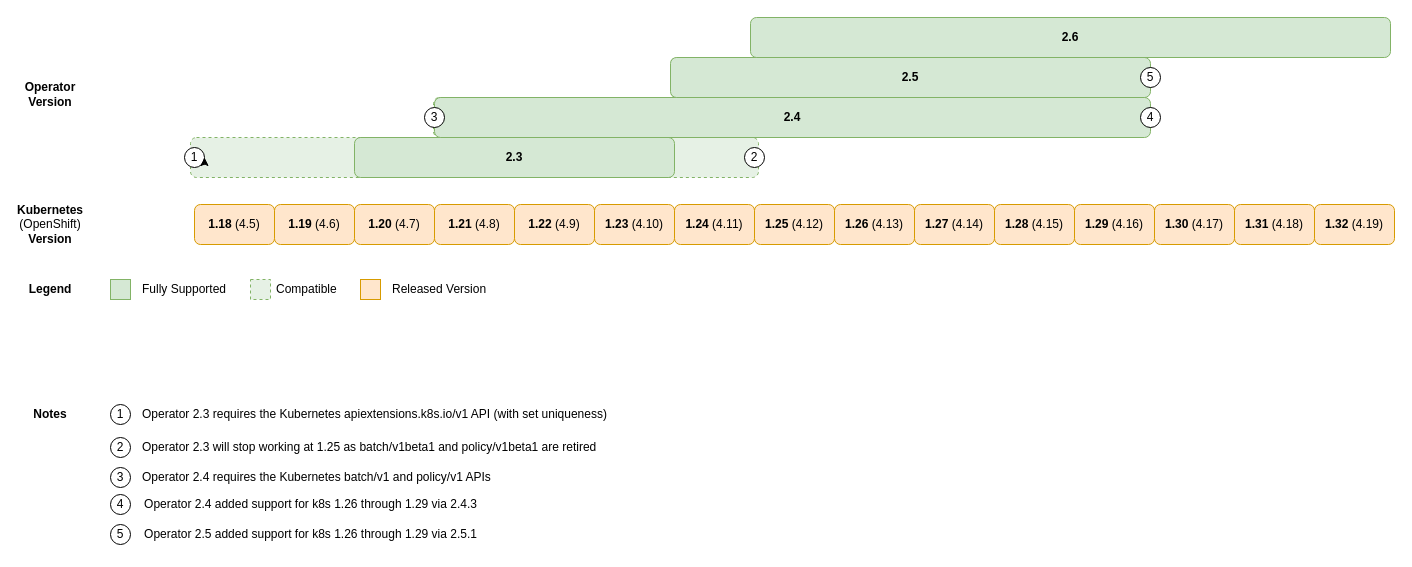
couchbase/docs-operator keeps this draw.io diagram as page "Compat Kuberentes" (1 of 3) of drawio-charts/k8s-compat.drawio. Above is the earlier version. Source tidied: cells renumbered, new cells numbered last; positions are measured from the earlier drawing's top-left corner, leaving out a move shared by most shapes. Both pictures are drawn from the tidied source at 100%, with x=0, y=0 at pixel (20, 17).
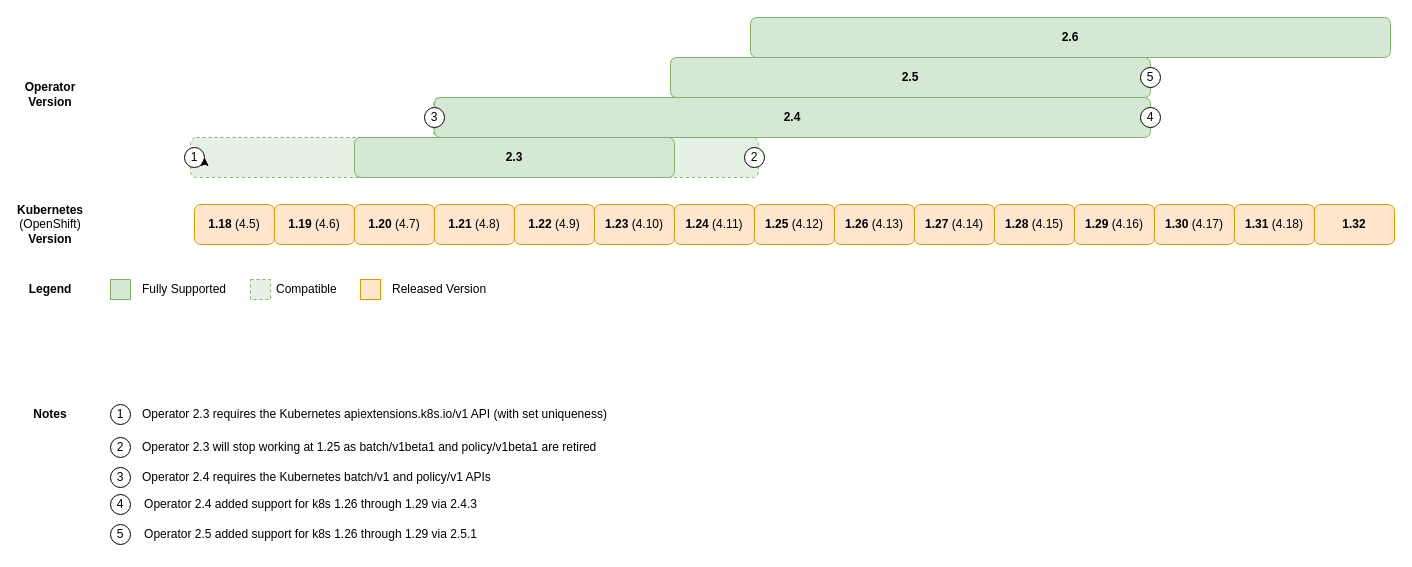
After the change.

Commit message (it also covers changes not shown here):
Reverted some changes until I am informed otherwise

Change to the diagram source:
```diff
@@
-    <mxCell id="50" value="&lt;b&gt;1.32&lt;/b&gt;&lt;span style=&quot;background-color: transparent; color: light-dark(rgb(0, 0, 0), rgb(255, 255, 255));&quot;&gt;&amp;nbsp;(4.19)&lt;/span&gt;" style="rounded=1;whiteSpace=wrap;html=1;fillColor=#ffe6cc;strokeColor=#d79b00;" parent="1" vertex="1">
+    <mxCell id="50" value="&lt;b&gt;1.32&lt;/b&gt;" style="rounded=1;whiteSpace=wrap;html=1;fillColor=#ffe6cc;strokeColor=#d79b00;" parent="1" vertex="1">
       <mxGeometry x="1294" y="187" width="80" height="40" as="geometry" />
     </mxCell>
```
